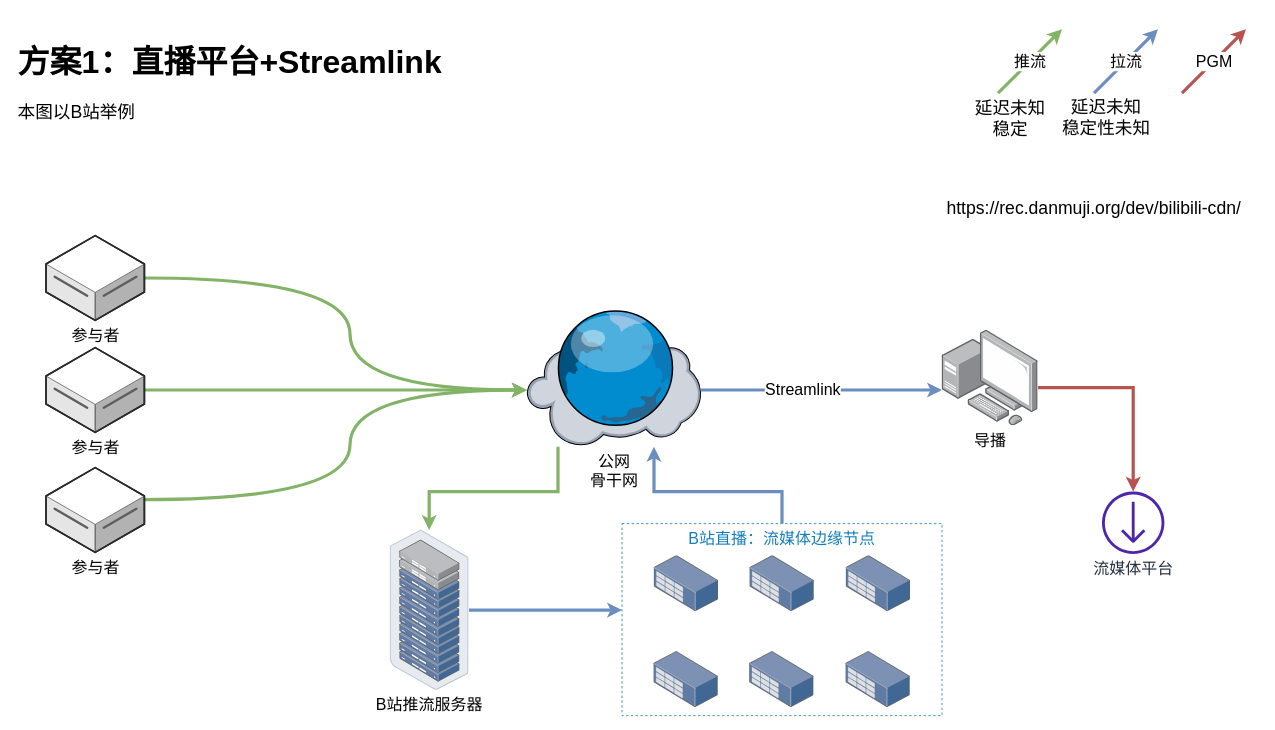
The draw.io diagram streaming-low-profile.drawio in VTB-LINK/DRAW-IO-GRAPH, before the edit. Source tidied: cells renumbered, new cells numbered last; positions are measured from the earlier drawing's top-left corner, leaving out a move shared by most shapes. Both pictures are drawn from the tidied source at 80%, with x=0, y=0 at pixel (14, 29).
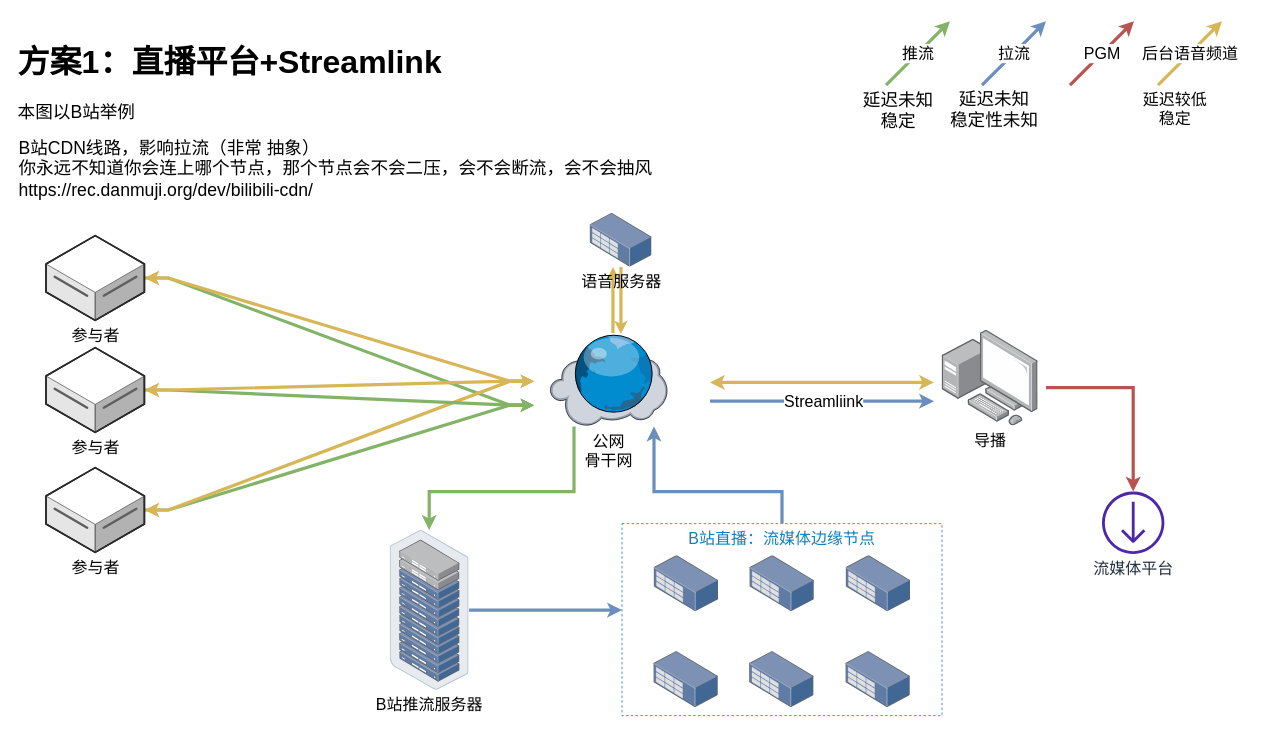
The same page after the edit.

Commit message (it also covers changes not shown here):
fix: add talkback channel on background

The change refers to these unchanged cells:
```xml
<mxCell id="3" value="&lt;font style=&quot;font-size: 20px;&quot;&gt;导播&lt;/font&gt;" style="points=[];html=1;align=center;shadow=0;dashed=0;image;image=img/lib/allied_telesis/computer_and_terminals/Personal_Computer_with_Server.svg;" parent="1" vertex="1">
  <mxGeometry x="1160" y="376" width="120" height="120" as="geometry" />
</mxCell>
<mxCell id="5" value="参与者" style="verticalLabelPosition=bottom;html=1;verticalAlign=top;strokeWidth=1;align=center;outlineConnect=0;dashed=0;outlineConnect=0;shape=mxgraph.aws3d.dataServer;strokeColor=#5E5E5E;fontSize=20;" parent="1" vertex="1">
  <mxGeometry x="40" y="258" width="123" height="106" as="geometry" />
</mxCell>
<mxCell id="7" value="参与者" style="verticalLabelPosition=bottom;html=1;verticalAlign=top;strokeWidth=1;align=center;outlineConnect=0;dashed=0;outlineConnect=0;shape=mxgraph.aws3d.dataServer;strokeColor=#5E5E5E;fontSize=20;" parent="1" vertex="1">
  <mxGeometry x="40" y="548" width="123" height="106" as="geometry" />
</mxCell>
<mxCell id="9" value="参与者" style="verticalLabelPosition=bottom;html=1;verticalAlign=top;strokeWidth=1;align=center;outlineConnect=0;dashed=0;outlineConnect=0;shape=mxgraph.aws3d.dataServer;strokeColor=#5E5E5E;fontSize=20;" parent="1" vertex="1">
  <mxGeometry x="40" y="398" width="123" height="106" as="geometry" />
</mxCell>
<mxCell id="17" value="B站推流服务器" style="points=[];html=1;align=center;shadow=0;dashed=0;image;image=img/lib/allied_telesis/storage/Datacenter_Server_Rack_ToR.svg;fontSize=20;" parent="1" vertex="1">
  <mxGeometry x="470" y="626" width="98.8" height="200.2" as="geometry" />
</mxCell>
<mxCell id="34" value="流媒体平台" style="sketch=0;outlineConnect=0;fontColor=#232F3E;gradientColor=none;fillColor=#4D27AA;strokeColor=none;dashed=0;verticalLabelPosition=bottom;verticalAlign=top;align=center;html=1;fontSize=20;fontStyle=0;shape=mxgraph.aws4.streaming_distribution;" parent="1" vertex="1">
  <mxGeometry x="1360" y="578" width="78" height="78" as="geometry" />
</mxCell>
```

What changed in the source:
```diff
@@
-    <mxCell id="2" style="edgeStyle=orthogonalEdgeStyle;rounded=0;jettySize=auto;html=1;strokeWidth=4;fontSize=20;endSize=6;fillColor=#f8cecc;strokeColor=#b85450;" parent="1" edge="1" source="3" target="34">
+    <mxCell id="2" style="edgeStyle=orthogonalEdgeStyle;rounded=0;jettySize=auto;html=1;strokeWidth=4;fontSize=20;endSize=6;fillColor=#f8cecc;strokeColor=#b85450;" parent="1" edge="1" target="34">
       <mxGeometry relative="1" as="geometry">
+        <mxPoint x="1290" y="448" as="sourcePoint" />
         <Array as="points">
           <mxPoint x="1399" y="448" />
         </Array>
       </mxGeometry>
     </mxCell>
@@
-    <mxCell id="4" style="edgeStyle=orthogonalEdgeStyle;rounded=0;jettySize=auto;html=1;endSize=6;strokeWidth=4;fillColor=#d5e8d4;strokeColor=#82b366;curved=1;" parent="1" edge="1" source="5" target="28">
-      <mxGeometry relative="1" as="geometry">
-        <Array as="points">
-          <mxPoint x="420" y="311" />
-          <mxPoint x="420" y="451" />
-        </Array>
-      </mxGeometry>
-    </mxCell>
+    <mxCell id="39" style="edgeStyle=entityRelationEdgeStyle;rounded=0;jettySize=auto;html=1;fontSize=20;fontColor=#000000;fillColor=#d5e8d4;strokeColor=#82b366;endSize=4;strokeWidth=4;" parent="1" edge="1" source="5">
+      <mxGeometry relative="1" as="geometry">
+        <mxPoint x="650" y="470" as="targetPoint" />
+      </mxGeometry>
+    </mxCell>
+    <mxCell id="40" style="edgeStyle=entityRelationEdgeStyle;rounded=0;jettySize=auto;html=1;strokeWidth=4;fontSize=20;fontColor=#000000;endSize=4;strokeColor=#d6b656;fillColor=#fff2cc;startArrow=classic;startFill=1;" parent="1" edge="1" source="5">
+      <mxGeometry relative="1" as="geometry">
+        <mxPoint x="650" y="440" as="targetPoint" />
+      </mxGeometry>
+    </mxCell>
@@
-    <mxCell id="6" style="edgeStyle=orthogonalEdgeStyle;rounded=0;jettySize=auto;html=1;strokeColor=#82b366;endSize=6;strokeWidth=4;fillColor=#d5e8d4;curved=1;" parent="1" edge="1" source="7" target="28">
-      <mxGeometry relative="1" as="geometry">
-        <Array as="points">
-          <mxPoint x="420" y="588" />
-          <mxPoint x="420" y="451" />
-        </Array>
-      </mxGeometry>
-    </mxCell>
+    <mxCell id="41" style="edgeStyle=entityRelationEdgeStyle;rounded=0;jettySize=auto;html=1;fontSize=20;fontColor=#000000;strokeColor=#82b366;fillColor=#d5e8d4;endSize=4;strokeWidth=4;" parent="1" edge="1" source="7">
+      <mxGeometry relative="1" as="geometry">
+        <mxPoint x="650" y="470" as="targetPoint" />
+      </mxGeometry>
+    </mxCell>
+    <mxCell id="42" style="edgeStyle=entityRelationEdgeStyle;rounded=0;jettySize=auto;html=1;strokeWidth=4;fontSize=20;fontColor=#000000;endSize=4;strokeColor=#d6b656;fillColor=#fff2cc;startArrow=classic;startFill=1;" parent="1" edge="1" source="7">
+      <mxGeometry relative="1" as="geometry">
+        <mxPoint x="650" y="440" as="targetPoint" />
+      </mxGeometry>
+    </mxCell>
@@
-    <mxCell id="8" style="edgeStyle=orthogonalEdgeStyle;rounded=0;jettySize=auto;html=1;strokeColor=#82b366;endSize=6;strokeWidth=4;fillColor=#d5e8d4;" parent="1" edge="1" source="9">
-      <mxGeometry relative="1" as="geometry">
-        <mxPoint x="641" y="451" as="targetPoint" />
-      </mxGeometry>
-    </mxCell>
+    <mxCell id="43" style="edgeStyle=entityRelationEdgeStyle;rounded=0;jettySize=auto;html=1;fontSize=20;fontColor=#000000;strokeColor=#82b366;fillColor=#d5e8d4;endSize=4;strokeWidth=4;" parent="1" edge="1" source="9">
+      <mxGeometry relative="1" as="geometry">
+        <mxPoint x="650" y="470" as="targetPoint" />
+      </mxGeometry>
+    </mxCell>
+    <mxCell id="44" style="edgeStyle=entityRelationEdgeStyle;rounded=0;jettySize=auto;html=1;strokeWidth=4;fontSize=20;fontColor=#000000;endSize=4;strokeColor=#d6b656;fillColor=#fff2cc;startArrow=classic;startFill=1;" parent="1" edge="1" source="9">
+      <mxGeometry relative="1" as="geometry">
+        <mxPoint x="650" y="440" as="targetPoint" />
+      </mxGeometry>
+    </mxCell>
@@
     <mxCell id="10" style="endArrow=classic;html=1;rounded=0;strokeWidth=4;fontSize=20;endSize=6;fillColor=#d5e8d4;strokeColor=#82b366;" parent="1" edge="1">
       <mxGeometry relative="1" as="geometry">
-        <mxPoint x="1230" y="80" as="sourcePoint" />
-        <mxPoint x="1310" as="targetPoint" />
+        <mxPoint x="1090" y="70" as="sourcePoint" />
+        <mxPoint x="1170" y="-10" as="targetPoint" />
       </mxGeometry>
     </mxCell>
@@
     <mxCell id="13" style="endArrow=classic;html=1;rounded=0;strokeWidth=4;fontSize=20;endSize=6;fillColor=#dae8fc;strokeColor=#6c8ebf;" parent="1" edge="1">
       <mxGeometry relative="1" as="geometry">
-        <mxPoint x="1350" y="80" as="sourcePoint" />
-        <mxPoint x="1430" as="targetPoint" />
+        <mxPoint x="1210" y="70" as="sourcePoint" />
+        <mxPoint x="1290" y="-10" as="targetPoint" />
       </mxGeometry>
     </mxCell>
@@
-    <mxCell id="27" style="group;" parent="1" vertex="1">
-      <mxGeometry x="641" y="350" width="217.6" height="172" as="geometry" />
-    </mxCell>
-    <mxCell id="28" value="公网&lt;br&gt;骨干网" style="verticalLabelPosition=bottom;sketch=0;html=1;verticalAlign=top;strokeColor=none;align=center;outlineConnect=0;shape=mxgraph.citrix.cloud;fontSize=20;" parent="27" vertex="1">
-      <mxGeometry y="30" width="217.6" height="142" as="geometry" />
-    </mxCell>
-    <mxCell id="29" style="verticalLabelPosition=bottom;sketch=0;html=1;verticalAlign=top;strokeColor=none;align=center;outlineConnect=0;shape=mxgraph.citrix.globe;fontSize=20;" parent="27" vertex="1">
-      <mxGeometry x="32.9" width="151.8" height="145" as="geometry" />
-    </mxCell>
     <mxCell id="30" style="edgeStyle=orthogonalEdgeStyle;rounded=0;jettySize=auto;html=1;strokeWidth=4;fontSize=20;endSize=6;fillColor=#d5e8d4;strokeColor=#82b366;" parent="1" edge="1" source="28" target="17">
       <mxGeometry relative="1" as="geometry">
         <Array as="points">
-          <mxPoint x="680" y="578" />
+          <mxPoint x="700" y="578" />
           <mxPoint x="519" y="578" />
         </Array>
       </mxGeometry>
     </mxCell>
@@
-    <mxCell id="32" style="edgeStyle=orthogonalEdgeStyle;rounded=0;jettySize=auto;html=1;strokeWidth=4;fontSize=20;endSize=6;fillColor=#dae8fc;strokeColor=#6c8ebf;" parent="1" edge="1" target="3">
-      <mxGeometry relative="1" as="geometry">
-        <mxPoint x="858.6" y="451" as="sourcePoint" />
-        <Array as="points">
-          <mxPoint x="930" y="451" />
-          <mxPoint x="930" y="451" />
-        </Array>
-      </mxGeometry>
-    </mxCell>
-    <mxCell id="33" value="Streamlink" style="edgeLabel;html=1;align=center;verticalAlign=middle;fontSize=20;" parent="32" vertex="1">
-      <mxGeometry x="-0.27" y="9" relative="1" as="geometry">
-        <mxPoint x="17" y="7" as="offset" />
-      </mxGeometry>
-    </mxCell>
@@
     <mxCell id="35" style="endArrow=classic;html=1;rounded=0;strokeWidth=4;fontSize=20;endSize=6;fillColor=#f8cecc;strokeColor=#b85450;" parent="1" edge="1">
       <mxGeometry relative="1" as="geometry">
-        <mxPoint x="1460" y="80" as="sourcePoint" />
-        <mxPoint x="1540" as="targetPoint" />
+        <mxPoint x="1320" y="70" as="sourcePoint" />
+        <mxPoint x="1400" y="-10" as="targetPoint" />
       </mxGeometry>
     </mxCell>
@@
-    <mxCell id="38" value="&lt;br&gt;https://rec.danmuji.org/dev/bilibili-cdn/" style="text;strokeColor=none;fillColor=none;align=left;verticalAlign=middle;spacingLeft=4;spacingRight=4;overflow=hidden;whiteSpace=wrap;html=1;fontSize=22;" parent="1" vertex="1">
-      <mxGeometry x="1160" y="180" width="400" height="60" as="geometry" />
+    <mxCell id="38" value="B站CDN线路，影响拉流（非常 抽象）&lt;br&gt;你永远不知道你会连上哪个节点，那个节点会不会二压，会不会断流，会不会抽风&lt;br&gt;https://rec.danmuji.org/dev/bilibili-cdn/" style="text;strokeColor=none;fillColor=none;align=left;verticalAlign=middle;spacingLeft=4;spacingRight=4;overflow=hidden;whiteSpace=wrap;html=1;fontSize=22;labelBackgroundColor=none;fontColor=#000000;" parent="1" vertex="1">
+      <mxGeometry y="120" width="810" height="110" as="geometry" />
     </mxCell>
+    <mxCell id="45" style="edgeStyle=orthogonalEdgeStyle;rounded=0;orthogonalLoop=1;jettySize=auto;html=1;fontColor=default;fontSize=20;strokeColor=#6c8ebf;strokeWidth=4;endSize=6;fillColor=#dae8fc;" parent="1" edge="1">
+      <mxGeometry relative="1" as="geometry">
+        <mxPoint x="870" y="465" as="sourcePoint" />
+        <mxPoint x="1150" y="465" as="targetPoint" />
+      </mxGeometry>
+    </mxCell>
+    <mxCell id="46" value="Streamliink" style="edgeLabel;html=1;align=center;verticalAlign=middle;fontColor=#000000;fontSize=20;" parent="45" vertex="1">
+      <mxGeometry x="0.15" y="1" relative="1" as="geometry">
+        <mxPoint x="-20" as="offset" />
+      </mxGeometry>
+    </mxCell>
+    <mxCell id="47" style="endArrow=classic;html=1;rounded=0;strokeWidth=4;fontSize=20;endSize=6;fillColor=#fff2cc;strokeColor=#d6b656;" parent="1" edge="1">
+      <mxGeometry relative="1" as="geometry">
+        <mxPoint x="1430" y="70" as="sourcePoint" />
+        <mxPoint x="1510" y="-10" as="targetPoint" />
+      </mxGeometry>
+    </mxCell>
+    <mxCell id="48" value="后台语音频道" style="edgeLabel;html=1;align=center;verticalAlign=middle;fontSize=20;" parent="47" vertex="1">
+      <mxGeometry x="0.13" y="-1" relative="1" as="geometry">
+        <mxPoint x="-6" y="4" as="offset" />
+      </mxGeometry>
+    </mxCell>
+    <mxCell id="49" value="延迟较低&lt;br&gt;稳定" style="edgeLabel;html=1;align=center;verticalAlign=middle;fontSize=20;fontColor=#000000;" parent="47" vertex="1">
+      <mxGeometry x="-0.58" y="-5" relative="1" as="geometry">
+        <mxPoint y="42" as="offset" />
+      </mxGeometry>
+    </mxCell>
+    <mxCell id="50" style="edgeStyle=orthogonalEdgeStyle;rounded=0;jettySize=auto;html=1;strokeWidth=4;fontSize=20;fontColor=#000000;endSize=4;fillColor=#fff2cc;strokeColor=#d6b656;" parent="1" edge="1" source="52" target="29">
+      <mxGeometry relative="1" as="geometry">
+        <Array as="points">
+          <mxPoint x="759" y="360" />
+          <mxPoint x="759" y="360" />
+        </Array>
+      </mxGeometry>
+    </mxCell>
+    <mxCell id="28" value="公网&lt;br&gt;骨干网" style="verticalLabelPosition=bottom;sketch=0;html=1;verticalAlign=top;strokeColor=none;align=center;outlineConnect=0;shape=mxgraph.citrix.cloud;fontSize=20;" parent="1" vertex="1">
+      <mxGeometry x="670" y="400.9" width="146.6" height="95.7" as="geometry" />
+    </mxCell>
+    <mxCell id="51" style="edgeStyle=orthogonalEdgeStyle;rounded=0;jettySize=auto;html=1;strokeWidth=4;fontSize=20;fontColor=#000000;endSize=4;strokeColor=#d6b656;fillColor=#fff2cc;" parent="1" edge="1" target="52">
+      <mxGeometry relative="1" as="geometry">
+        <mxPoint x="748.7" y="380" as="sourcePoint" />
+        <Array as="points">
+          <mxPoint x="748.6" y="360" />
+          <mxPoint x="748.6" y="360" />
+        </Array>
+      </mxGeometry>
+    </mxCell>
+    <mxCell id="29" style="verticalLabelPosition=bottom;sketch=0;html=1;verticalAlign=top;strokeColor=none;align=center;outlineConnect=0;shape=mxgraph.citrix.globe;fontSize=20;" parent="1" vertex="1">
+      <mxGeometry x="697.2" y="381" width="102.2" height="97.7" as="geometry" />
+    </mxCell>
+    <mxCell id="52" value="语音服务器" style="points=[];html=1;align=center;shadow=0;dashed=0;image;image=img/lib/allied_telesis/storage/Datacenter_Server_Rack_Storage_Unit_Small.svg;labelBackgroundColor=none;fontSize=20;fontColor=#000000;" parent="1" vertex="1">
+      <mxGeometry x="720" y="230" width="77.4" height="67.2" as="geometry" />
+    </mxCell>
+    <mxCell id="53" style="edgeStyle=orthogonalEdgeStyle;rounded=0;orthogonalLoop=1;jettySize=auto;html=1;fontColor=default;fontSize=20;strokeColor=#d6b656;strokeWidth=4;endSize=6;fillColor=#fff2cc;startArrow=classic;startFill=1;" parent="1" edge="1">
+      <mxGeometry relative="1" as="geometry">
+        <mxPoint x="870" y="441.5" as="sourcePoint" />
+        <mxPoint x="1150" y="441.5" as="targetPoint" />
+      </mxGeometry>
+    </mxCell>
```
